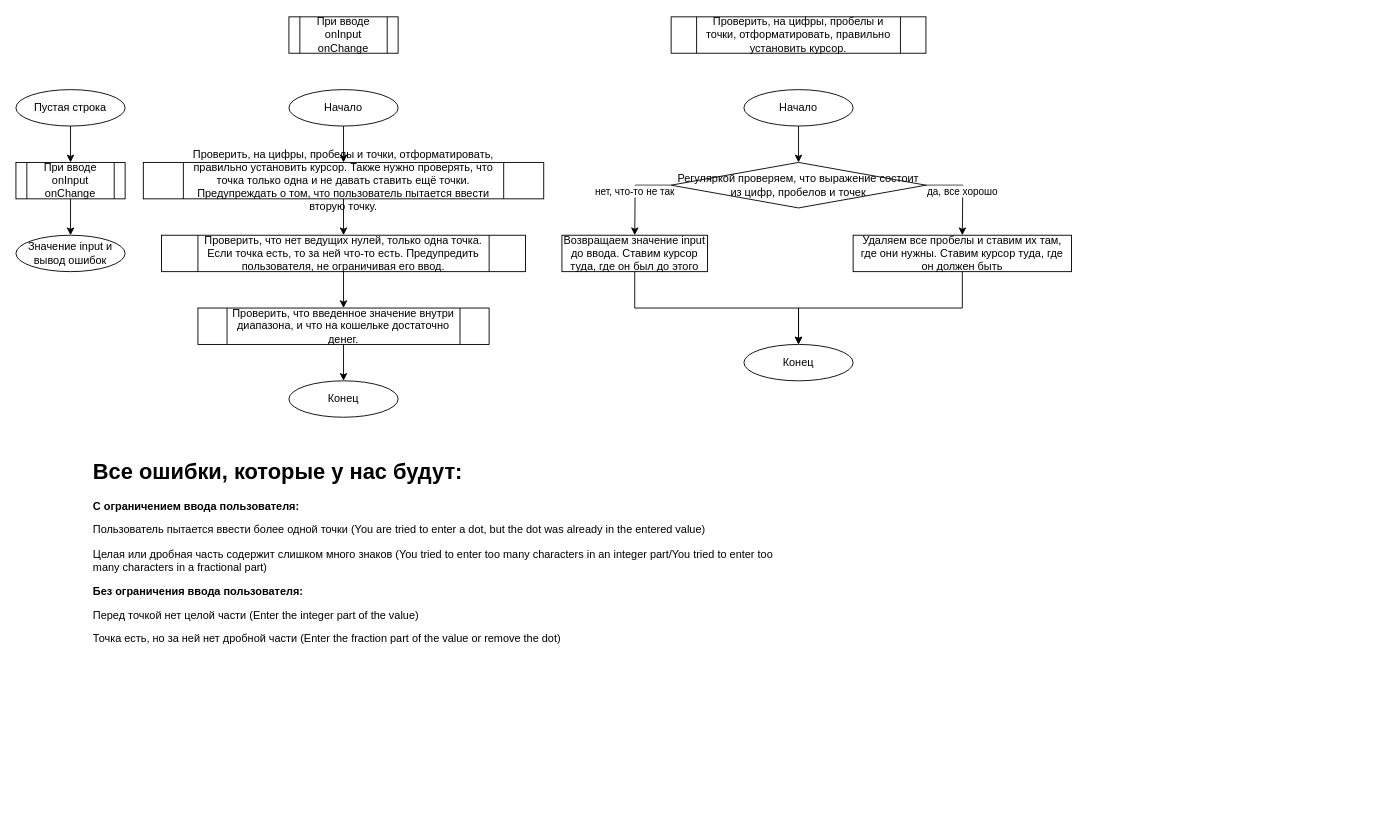
Before: input validation+.drawio in V-o-y-a-g-e-r00/MintAndBurn, a draw.io diagram. Source tidied: cells renumbered, new cells numbered last; positions are measured from the earlier drawing's top-left corner, leaving out a move shared by most shapes. Both pictures are drawn from the tidied source at 91%, with x=0, y=0 at pixel (15, 16).
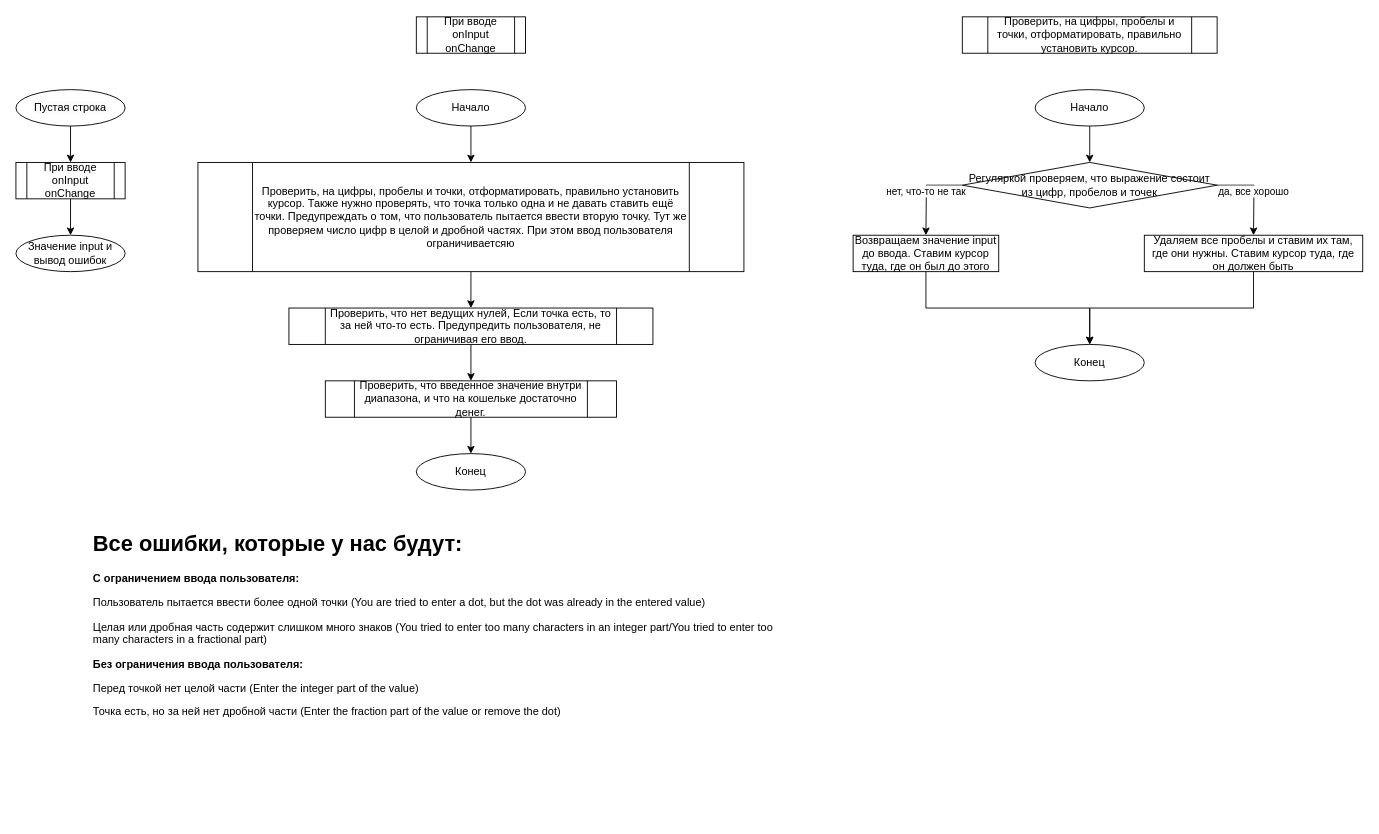
After the change.

Diff of the diagram source:
```diff
@@
     <mxCell id="7" value="При вводе onInput onChange" style="shape=process;whiteSpace=wrap;html=1;backgroundOutline=1;" parent="1" vertex="1">
-      <mxGeometry x="300" width="120" height="40" as="geometry" />
+      <mxGeometry x="440" width="120" height="40" as="geometry" />
     </mxCell>
     <mxCell id="8" value="да, все хорошо" style="edgeStyle=orthogonalEdgeStyle;rounded=0;jettySize=auto;html=1;" parent="1" edge="1" source="10">
       <mxGeometry relative="1" as="geometry">
-        <mxPoint x="1040" y="240" as="targetPoint" />
+        <mxPoint x="1360" y="240" as="targetPoint" />
       </mxGeometry>
     </mxCell>
     <mxCell id="9" value="нет, что-то не так" style="edgeStyle=orthogonalEdgeStyle;rounded=0;jettySize=auto;html=1;" parent="1" edge="1" source="10">
       <mxGeometry relative="1" as="geometry">
-        <mxPoint x="680" y="240" as="targetPoint" />
+        <mxPoint x="1000" y="240" as="targetPoint" />
       </mxGeometry>
     </mxCell>
     <mxCell id="10" value="Регуляркой проверяем, что выражение состоит из цифр, пробелов и точек" style="rhombus;whiteSpace=wrap;html=1;" parent="1" vertex="1">
-      <mxGeometry x="720" y="160" width="280" height="50" as="geometry" />
+      <mxGeometry x="1040" y="160" width="280" height="50" as="geometry" />
     </mxCell>
@@
     <mxCell id="12" value="Возвращаем значение input до ввода. Ставим курсор туда, где он был до этого" style="rounded=0;whiteSpace=wrap;html=1;" parent="1" vertex="1">
-      <mxGeometry x="600" y="240" width="160" height="40" as="geometry" />
+      <mxGeometry x="920" y="240" width="160" height="40" as="geometry" />
     </mxCell>
@@
     <mxCell id="14" value="Начало" style="ellipse;whiteSpace=wrap;html=1;" parent="1" vertex="1">
-      <mxGeometry x="800" y="80" width="120" height="40" as="geometry" />
+      <mxGeometry x="1120" y="80" width="120" height="40" as="geometry" />
     </mxCell>
     <mxCell id="15" value="Конец" style="ellipse;whiteSpace=wrap;html=1;" parent="1" vertex="1">
-      <mxGeometry x="800" y="360" width="120" height="40" as="geometry" />
+      <mxGeometry x="1120" y="360" width="120" height="40" as="geometry" />
     </mxCell>
@@
     <mxCell id="17" value="Удаляем все пробелы и ставим их там, где они нужны. Ставим курсор туда, где он должен быть" style="rounded=0;whiteSpace=wrap;html=1;" parent="1" vertex="1">
-      <mxGeometry x="920" y="240" width="240" height="40" as="geometry" />
+      <mxGeometry x="1240" y="240" width="240" height="40" as="geometry" />
     </mxCell>
@@
     <mxCell id="19" value="Начало" style="ellipse;whiteSpace=wrap;html=1;" parent="1" vertex="1">
-      <mxGeometry x="300" y="80" width="120" height="40" as="geometry" />
+      <mxGeometry x="440" y="80" width="120" height="40" as="geometry" />
     </mxCell>
     <mxCell id="20" value="Конец" style="ellipse;whiteSpace=wrap;html=1;" parent="1" vertex="1">
-      <mxGeometry x="300" y="400" width="120" height="40" as="geometry" />
+      <mxGeometry x="440" y="480" width="120" height="40" as="geometry" />
     </mxCell>
@@
-    <mxCell id="22" value="Проверить, на цифры, пробелы и точки, отформатировать, правильно установить курсор. Также нужно проверять, что точка только одна и не давать ставить ещё точки. Предупреждать о том, что пользователь пытается ввести вторую точку." style="shape=process;whiteSpace=wrap;html=1;backgroundOutline=1;" parent="1" vertex="1">
-      <mxGeometry x="140" y="160" width="440" height="40" as="geometry" />
+    <mxCell id="22" value="Проверить, на цифры, пробелы и точки, отформатировать, правильно установить курсор. Также нужно проверять, что точка только одна и не давать ставить ещё точки. Предупреждать о том, что пользователь пытается ввести вторую точку. Тут же проверяем число цифр в целой и дробной частях. При этом ввод пользователя ограничиваетсяю" style="shape=process;whiteSpace=wrap;html=1;backgroundOutline=1;" parent="1" vertex="1">
+      <mxGeometry x="200" y="160" width="600" height="120" as="geometry" />
     </mxCell>
@@
-    <mxCell id="24" value="Проверить, что нет ведущих нулей, только одна точка. Если точка есть, то за ней что-то есть. Предупредить пользователя, не ограничивая его ввод." style="shape=process;whiteSpace=wrap;html=1;backgroundOutline=1;" parent="1" vertex="1">
-      <mxGeometry x="160" y="240" width="400" height="40" as="geometry" />
+    <mxCell id="24" value="Проверить, что нет ведущих нулей, Если точка есть, то за ней что-то есть. Предупредить пользователя, не ограничивая его ввод." style="shape=process;whiteSpace=wrap;html=1;backgroundOutline=1;" parent="1" vertex="1">
+      <mxGeometry x="300" y="320" width="400" height="40" as="geometry" />
     </mxCell>
@@
     <mxCell id="26" value="Проверить, что введенное значение внутри диапазона, и что на кошельке достаточно денег." style="shape=process;whiteSpace=wrap;html=1;backgroundOutline=1;" parent="1" vertex="1">
-      <mxGeometry x="200" y="320" width="320" height="40" as="geometry" />
+      <mxGeometry x="340" y="400" width="320" height="40" as="geometry" />
     </mxCell>
     <mxCell id="27" value="Проверить, на цифры, пробелы и точки, отформатировать, правильно установить курсор." style="shape=process;whiteSpace=wrap;html=1;backgroundOutline=1;" parent="1" vertex="1">
-      <mxGeometry x="720" width="280" height="40" as="geometry" />
+      <mxGeometry x="1040" width="280" height="40" as="geometry" />
     </mxCell>
     <mxCell id="28" value="&lt;h1&gt;Все ошибки, которые у нас будут:&lt;/h1&gt;&lt;p&gt;&lt;b&gt;С ограничением ввода пользователя:&lt;/b&gt;&lt;/p&gt;&lt;p&gt;Пользователь пытается ввести более одной точки (You are tried to enter a dot, but the dot was already in the entered value)&lt;/p&gt;&lt;p&gt;Целая или дробная часть содержит слишком много знаков (You tried to enter too many characters in an integer part/You tried to enter too many characters in a fractional part)&lt;br&gt;&lt;/p&gt;&lt;p&gt;&lt;b&gt;Без ограничения ввода пользователя:&lt;/b&gt;&lt;/p&gt;&lt;p&gt;Перед точкой нет целой части (Enter the integer part of the value)&lt;/p&gt;&lt;p&gt;Точка есть, но за ней нет дробной части (Enter the fraction&amp;nbsp;part of the value or remove the dot)&lt;/p&gt;&lt;p&gt;&lt;br&gt;&lt;/p&gt;" style="text;html=1;strokeColor=none;fillColor=none;spacing=5;spacingTop=-20;whiteSpace=wrap;overflow=hidden;rounded=0;" parent="1" vertex="1">
-      <mxGeometry x="80" y="480" width="760" height="320" as="geometry" />
+      <mxGeometry x="80" y="560" width="760" height="320" as="geometry" />
     </mxCell>
```
